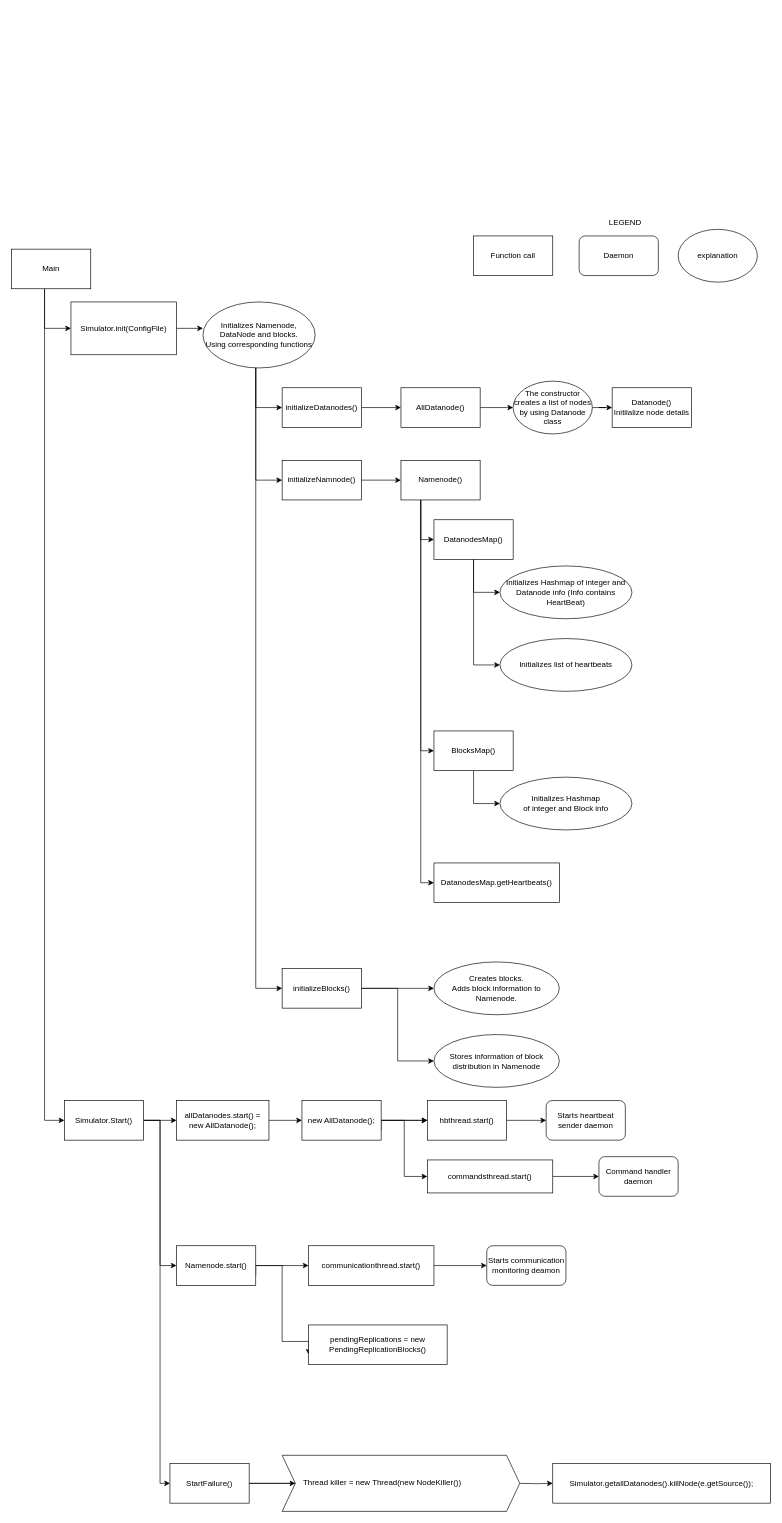
This is HDFS-Diagram.drawio from Gituser143/HDFS-Sim, a draw.io file, before an edit. Source tidied: cells renumbered, new cells numbered last; positions are measured from the earlier drawing's top-left corner, leaving out a move shared by most shapes. Both pictures are drawn from the tidied source at 66%, with x=0, y=0 at pixel (11, 189).
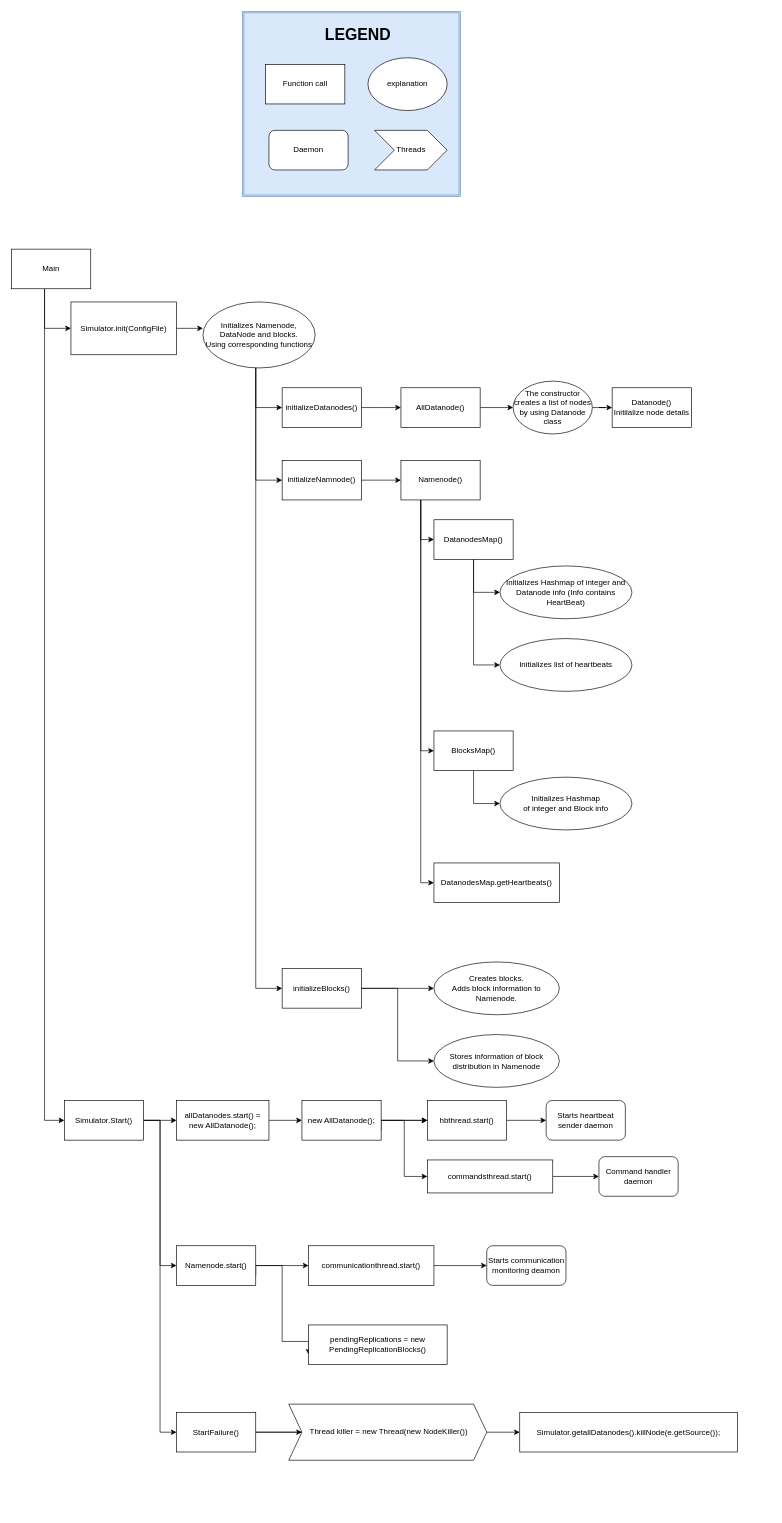
After the change.

The change refers to these unchanged cells:
```xml
<mxCell id="8" value="Simulator.Start()" style="rounded=0;whiteSpace=wrap;html=1;" parent="1" vertex="1">
  <mxGeometry x="80" y="1380" width="120" height="60" as="geometry" />
</mxCell>
```

The edit, as a diff of the source:
```diff
@@
     <mxCell id="6" style="edgeStyle=orthogonalEdgeStyle;rounded=0;jettySize=auto;html=1;entryX=0;entryY=0.5;entryDx=0;entryDy=0;" parent="1" edge="1" source="8" target="16">
       <mxGeometry relative="1" as="geometry">
         <Array as="points">
           <mxPoint x="225" y="1410" />
-          <mxPoint x="225" y="1960" />
+          <mxPoint x="225" y="1883" />
         </Array>
       </mxGeometry>
     </mxCell>
@@
     <mxCell id="15" style="edgeStyle=orthogonalEdgeStyle;rounded=0;jettySize=auto;html=1;" parent="1" edge="1" source="16">
       <mxGeometry relative="1" as="geometry">
-        <mxPoint x="430" y="1960" as="targetPoint" />
+        <mxPoint x="440" y="1882.5" as="targetPoint" />
       </mxGeometry>
     </mxCell>
     <mxCell id="16" value="StartFailure()" style="rounded=0;whiteSpace=wrap;html=1;" parent="1" vertex="1">
-      <mxGeometry x="240" y="1930" width="120" height="60" as="geometry" />
+      <mxGeometry x="250" y="1852.5" width="120" height="60" as="geometry" />
     </mxCell>
@@
-    <mxCell id="59" value="Function call" style="rounded=0;whiteSpace=wrap;html=1;" parent="1" vertex="1">
-      <mxGeometry x="700" y="70" width="120" height="60" as="geometry" />
-    </mxCell>
-    <mxCell id="60" value="Daemon" style="rounded=1;whiteSpace=wrap;html=1;" parent="1" vertex="1">
-      <mxGeometry x="860" y="70" width="120" height="60" as="geometry" />
-    </mxCell>
-    <mxCell id="61" value="explanation" style="ellipse;whiteSpace=wrap;html=1;" parent="1" vertex="1">
-      <mxGeometry x="1010" y="60" width="120" height="80" as="geometry" />
-    </mxCell>
-    <mxCell id="62" value="LEGEND" style="text;html=1;strokeColor=none;fillColor=none;align=center;verticalAlign=middle;whiteSpace=wrap;rounded=0;" parent="1" vertex="1">
-      <mxGeometry x="910" width="40" height="100" as="geometry" />
-    </mxCell>
@@
     <mxCell id="68" style="shape=step;perimeter=stepPerimeter;whiteSpace=wrap;html=1;fixedSize=1;" parent="1" vertex="1">
-      <mxGeometry x="410" y="1917.5" width="360" height="85" as="geometry" />
+      <mxGeometry x="420" y="1840" width="300" height="85" as="geometry" />
     </mxCell>
-    <mxCell id="69" style="edgeStyle=orthogonalEdgeStyle;rounded=0;jettySize=auto;html=1;" parent="1" edge="1" target="71">
-      <mxGeometry relative="1" as="geometry">
-        <mxPoint x="770" y="1960" as="sourcePoint" />
-      </mxGeometry>
-    </mxCell>
+    <mxCell id="72" style="edgeStyle=orthogonalEdgeStyle;rounded=0;jettySize=auto;html=1;entryX=0;entryY=0.5;entryDx=0;entryDy=0;" parent="1" edge="1" source="70" target="71">
+      <mxGeometry relative="1" as="geometry" />
+    </mxCell>
     <mxCell id="70" value="Thread killer = new Thread(new NodeKiller())" style="text;html=1;" parent="1" vertex="1">
-      <mxGeometry x="440" y="1945" width="270" height="30" as="geometry" />
+      <mxGeometry x="450" y="1867.5" width="270" height="30" as="geometry" />
     </mxCell>
     <mxCell id="71" value="Simulator.getallDatanodes().killNode(e.getSource());" style="rounded=0;whiteSpace=wrap;html=1;" parent="1" vertex="1">
-      <mxGeometry x="820" y="1930" width="330" height="60" as="geometry" />
+      <mxGeometry x="770" y="1852.5" width="330" height="60" as="geometry" />
     </mxCell>
+    <mxCell id="73" style="group;" parent="1" vertex="1">
+      <mxGeometry x="350" y="-270" width="330" height="280" as="geometry" />
+    </mxCell>
+    <mxCell id="74" style="shape=ext;double=1;rounded=0;whiteSpace=wrap;html=1;fillColor=#dae8fc;strokeColor=#6c8ebf;" parent="73" vertex="1">
+      <mxGeometry width="330" height="280" as="geometry" />
+    </mxCell>
+    <mxCell id="59" value="Function call" style="rounded=0;whiteSpace=wrap;html=1;" parent="73" vertex="1">
+      <mxGeometry x="35" y="80" width="120" height="60" as="geometry" />
+    </mxCell>
+    <mxCell id="60" value="Daemon" style="rounded=1;whiteSpace=wrap;html=1;" parent="73" vertex="1">
+      <mxGeometry x="40" y="180" width="120" height="60" as="geometry" />
+    </mxCell>
+    <mxCell id="61" value="explanation" style="ellipse;whiteSpace=wrap;html=1;" parent="73" vertex="1">
+      <mxGeometry x="190" y="70" width="120" height="80" as="geometry" />
+    </mxCell>
+    <mxCell id="62" value="&lt;h1&gt;&lt;b&gt;LEGEND&lt;/b&gt;&lt;/h1&gt;" style="text;html=1;strokeColor=none;fillColor=none;align=center;verticalAlign=middle;whiteSpace=wrap;rounded=0;" parent="73" vertex="1">
+      <mxGeometry x="80" y="10" width="190" height="50" as="geometry" />
+    </mxCell>
+    <mxCell id="75" value="&lt;div style=&quot;text-align: justify&quot;&gt;&lt;span&gt;Threads&lt;/span&gt;&lt;/div&gt;" style="html=1;shadow=0;dashed=0;align=center;verticalAlign=middle;shape=mxgraph.arrows2.arrow;dy=0;dx=30;notch=30;" parent="73" vertex="1">
+      <mxGeometry x="200" y="180" width="110" height="60" as="geometry" />
+    </mxCell>
```
